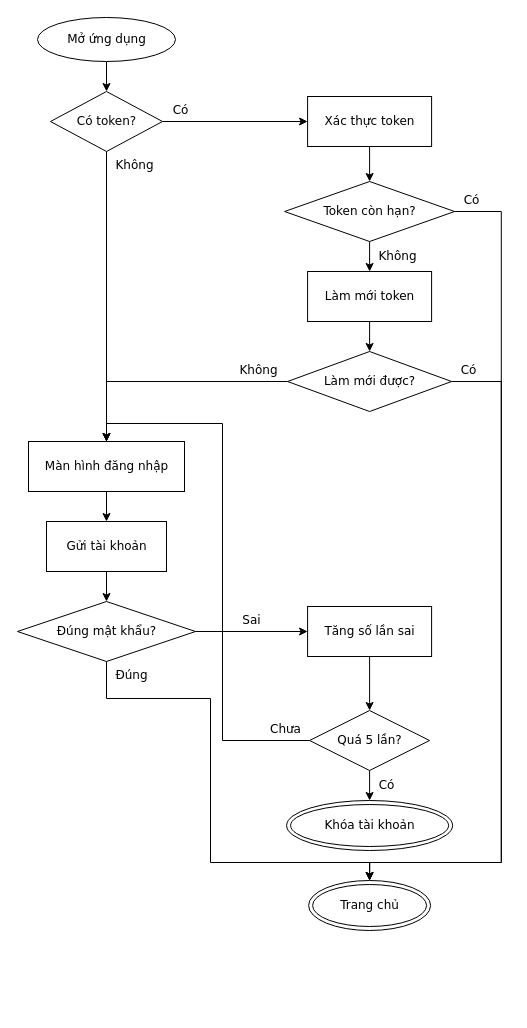
The draw.io diagram conformance/golden/mermaid/02-dang-nhap.drawio in luytbq/flowcast, before the edit. Source tidied: cells renumbered, new cells numbered last; positions are measured from the earlier drawing's top-left corner, leaving out a move shared by most shapes. Both pictures are drawn from the tidied source at 100%, with x=0, y=0 at pixel (17, 17).
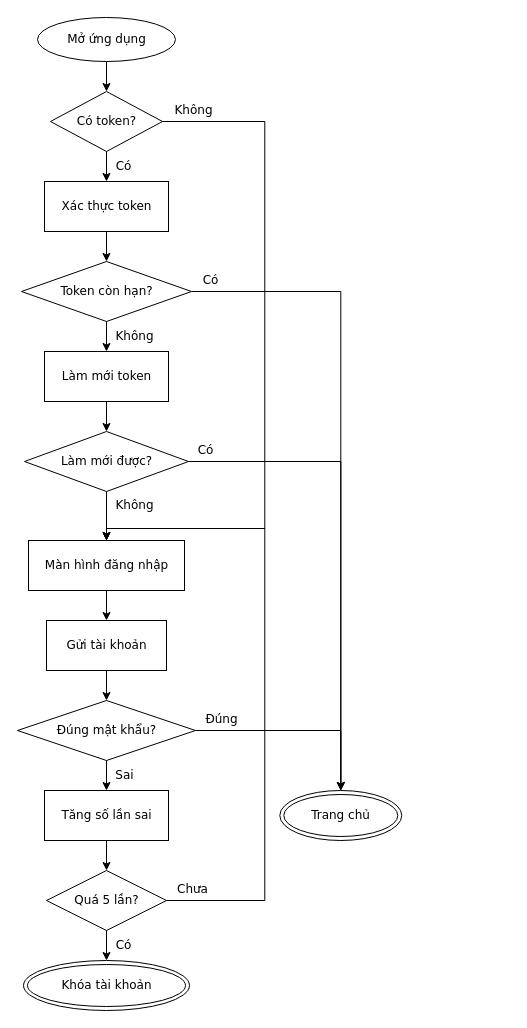
Above is the later version.

Unchanged cells that the change refers to:
```xml
<mxCell id="3" value="Có token?" style="rhombus;html=1;fontFamily=Verdana;fontSize=12;flowtable=1;" parent="1" vertex="1">
  <mxGeometry x="33" y="74" width="112" height="60" as="geometry" />
</mxCell>
```

What changed in the source:
```diff
@@
     <mxCell id="4" value="Xác thực token" style="rounded=0;html=1;fontFamily=Verdana;fontSize=12;flowtable=1;" parent="1" vertex="1">
-      <mxGeometry x="290.1" y="79" width="124" height="50" as="geometry" />
+      <mxGeometry x="27" y="164" width="124" height="50" as="geometry" />
     </mxCell>
     <mxCell id="5" value="Token còn hạn?" style="rhombus;html=1;fontFamily=Verdana;fontSize=12;flowtable=1;" parent="1" vertex="1">
-      <mxGeometry x="267.1" y="164" width="170" height="60" as="geometry" />
+      <mxGeometry x="4" y="244" width="170" height="60" as="geometry" />
     </mxCell>
     <mxCell id="6" value="Làm mới token" style="rounded=0;html=1;fontFamily=Verdana;fontSize=12;flowtable=1;" parent="1" vertex="1">
-      <mxGeometry x="290.1" y="254" width="124" height="50" as="geometry" />
+      <mxGeometry x="27" y="334" width="124" height="50" as="geometry" />
     </mxCell>
     <mxCell id="7" value="Làm mới được?" style="rhombus;html=1;fontFamily=Verdana;fontSize=12;flowtable=1;" parent="1" vertex="1">
-      <mxGeometry x="270.1" y="334" width="164" height="60" as="geometry" />
+      <mxGeometry x="7" y="414" width="164" height="60" as="geometry" />
     </mxCell>
     <mxCell id="8" value="Màn hình đăng nhập" style="rounded=0;html=1;fontFamily=Verdana;fontSize=12;flowtable=1;" parent="1" vertex="1">
-      <mxGeometry x="11" y="424" width="156" height="50" as="geometry" />
+      <mxGeometry x="11" y="523" width="156" height="50" as="geometry" />
     </mxCell>
     <mxCell id="9" value="Gửi tài khoản" style="rounded=0;html=1;fontFamily=Verdana;fontSize=12;flowtable=1;" parent="1" vertex="1">
-      <mxGeometry x="29" y="504" width="120" height="50" as="geometry" />
+      <mxGeometry x="29" y="603" width="120" height="50" as="geometry" />
     </mxCell>
     <mxCell id="10" value="Đúng mật khẩu?" style="rhombus;html=1;fontFamily=Verdana;fontSize=12;flowtable=1;" parent="1" vertex="1">
-      <mxGeometry y="584" width="178" height="60" as="geometry" />
+      <mxGeometry y="683" width="178" height="60" as="geometry" />
     </mxCell>
     <mxCell id="11" value="Tăng số lần sai" style="rounded=0;html=1;fontFamily=Verdana;fontSize=12;flowtable=1;" parent="1" vertex="1">
-      <mxGeometry x="290.1" y="589" width="124" height="50" as="geometry" />
+      <mxGeometry x="27" y="773" width="124" height="50" as="geometry" />
     </mxCell>
     <mxCell id="12" value="Quá 5 lần?" style="rhombus;html=1;fontFamily=Verdana;fontSize=12;flowtable=1;" parent="1" vertex="1">
-      <mxGeometry x="292.1" y="693" width="120" height="60" as="geometry" />
+      <mxGeometry x="29" y="853" width="120" height="60" as="geometry" />
     </mxCell>
     <mxCell id="13" value="Khóa tài khoản" style="shape=doubleEllipse;html=1;fontFamily=Verdana;fontSize=12;flowtable=1;" parent="1" vertex="1">
-      <mxGeometry x="269.1" y="783" width="166" height="50" as="geometry" />
+      <mxGeometry x="6" y="943" width="166" height="50" as="geometry" />
     </mxCell>
     <mxCell id="14" value="Trang chủ" style="shape=doubleEllipse;html=1;fontFamily=Verdana;fontSize=12;flowtable=1;" parent="1" vertex="1">
-      <mxGeometry x="291.1" y="863" width="122" height="50" as="geometry" />
+      <mxGeometry x="262.3" y="773" width="122" height="50" as="geometry" />
     </mxCell>
@@
-    <mxCell id="16" value="Có" style="edgeStyle=orthogonalEdgeStyle;rounded=0;jettySize=auto;html=1;labelBackgroundColor=default;exitX=1;exitY=0.5;exitDx=0;exitDy=0;entryX=0;entryY=0.5;entryDx=0;entryDy=0;fontFamily=Verdana;fontSize=12;flowtable=1;" parent="1" edge="1" source="3" target="4">
-      <mxGeometry x="-0.75" relative="1" as="geometry">
-        <mxPoint y="-11.5" as="offset" />
+    <mxCell id="16" value="Có" style="edgeStyle=orthogonalEdgeStyle;rounded=0;jettySize=auto;html=1;labelBackgroundColor=default;exitX=0.5;exitY=1;exitDx=0;exitDy=0;entryX=0.5;entryY=0;entryDx=0;entryDy=0;fontFamily=Verdana;fontSize=12;flowtable=1;" parent="1" edge="1" source="3" target="4">
+      <mxGeometry x="-0.03" relative="1" as="geometry">
+        <mxPoint x="16.8" as="offset" />
       </mxGeometry>
     </mxCell>
-    <mxCell id="17" value="Không" style="edgeStyle=orthogonalEdgeStyle;rounded=0;jettySize=auto;html=1;labelBackgroundColor=default;exitX=0.5;exitY=1;exitDx=0;exitDy=0;entryX=0.5;entryY=0;entryDx=0;entryDy=0;fontFamily=Verdana;fontSize=12;flowtable=1;" parent="1" edge="1" source="3" target="8">
-      <mxGeometry x="-0.9" relative="1" as="geometry">
-        <mxPoint x="28.1" as="offset" />
+    <mxCell id="17" value="Không" style="edgeStyle=orthogonalEdgeStyle;rounded=0;jettySize=auto;html=1;labelBackgroundColor=default;exitX=1;exitY=0.5;exitDx=0;exitDy=0;entryX=0.5;entryY=0;entryDx=0;entryDy=0;fontFamily=Verdana;fontSize=12;flowtable=1;" parent="1" edge="1" source="3" target="8">
+      <mxGeometry x="-0.91" relative="1" as="geometry">
+        <Array as="points">
+          <mxPoint x="247.3" y="104" />
+          <mxPoint x="247.3" y="511" />
+          <mxPoint x="89" y="511" />
+        </Array>
+        <mxPoint y="-11.5" as="offset" />
       </mxGeometry>
     </mxCell>
@@
     <mxCell id="19" value="Có" style="edgeStyle=orthogonalEdgeStyle;rounded=0;jettySize=auto;html=1;labelBackgroundColor=default;exitX=1;exitY=0.5;exitDx=0;exitDy=0;entryX=0.5;entryY=0;entryDx=0;entryDy=0;fontFamily=Verdana;fontSize=12;flowtable=1;" parent="1" edge="1" source="5" target="14">
-      <mxGeometry x="-0.96" relative="1" as="geometry">
+      <mxGeometry x="-0.94" relative="1" as="geometry">
         <Array as="points">
-          <mxPoint x="483.8" y="194" />
-          <mxPoint x="483.8" y="845" />
-          <mxPoint x="352.1" y="845" />
+          <mxPoint x="323.3" y="274" />
         </Array>
         <mxPoint y="-11.5" as="offset" />
       </mxGeometry>
     </mxCell>
@@
     <mxCell id="22" value="Có" style="edgeStyle=orthogonalEdgeStyle;rounded=0;jettySize=auto;html=1;labelBackgroundColor=default;exitX=1;exitY=0.5;exitDx=0;exitDy=0;entryX=0.5;entryY=0;entryDx=0;entryDy=0;fontFamily=Verdana;fontSize=12;flowtable=1;" parent="1" edge="1" source="7" target="14">
-      <mxGeometry x="-0.95" relative="1" as="geometry">
+      <mxGeometry x="-0.93" relative="1" as="geometry">
         <Array as="points">
-          <mxPoint x="483.8" y="364" />
-          <mxPoint x="483.8" y="845" />
-          <mxPoint x="352.1" y="845" />
+          <mxPoint x="323.3" y="444" />
         </Array>
         <mxPoint y="-11.5" as="offset" />
       </mxGeometry>
     </mxCell>
-    <mxCell id="23" value="Không" style="edgeStyle=orthogonalEdgeStyle;rounded=0;jettySize=auto;html=1;labelBackgroundColor=default;exitX=0;exitY=0.5;exitDx=0;exitDy=0;entryX=0.5;entryY=0;entryDx=0;entryDy=0;fontFamily=Verdana;fontSize=12;flowtable=1;" parent="1" edge="1" source="7" target="8">
-      <mxGeometry x="-0.76" relative="1" as="geometry">
-        <Array as="points">
-          <mxPoint x="89" y="364" />
-        </Array>
-        <mxPoint y="-11.5" as="offset" />
+    <mxCell id="23" value="Không" style="edgeStyle=orthogonalEdgeStyle;rounded=0;jettySize=auto;html=1;labelBackgroundColor=default;exitX=0.5;exitY=1;exitDx=0;exitDy=0;entryX=0.5;entryY=0;entryDx=0;entryDy=0;fontFamily=Verdana;fontSize=12;flowtable=1;" parent="1" edge="1" source="7" target="8">
+      <mxGeometry x="-0.41" relative="1" as="geometry">
+        <mxPoint x="28.1" as="offset" />
       </mxGeometry>
     </mxCell>
@@
-    <mxCell id="26" value="Sai" style="edgeStyle=orthogonalEdgeStyle;rounded=0;jettySize=auto;html=1;labelBackgroundColor=default;exitX=1;exitY=0.5;exitDx=0;exitDy=0;entryX=0;entryY=0.5;entryDx=0;entryDy=0;fontFamily=Verdana;fontSize=12;flowtable=1;" parent="1" edge="1" source="10" target="11">
-      <mxGeometry relative="1" as="geometry">
-        <mxPoint y="-11.5" as="offset" />
+    <mxCell id="26" value="Sai" style="edgeStyle=orthogonalEdgeStyle;rounded=0;jettySize=auto;html=1;labelBackgroundColor=default;exitX=0.5;exitY=1;exitDx=0;exitDy=0;entryX=0.5;entryY=0;entryDx=0;entryDy=0;fontFamily=Verdana;fontSize=12;flowtable=1;" parent="1" edge="1" source="10" target="11">
+      <mxGeometry x="-0.03" relative="1" as="geometry">
+        <mxPoint x="18.4" as="offset" />
       </mxGeometry>
     </mxCell>
-    <mxCell id="27" value="Đúng" style="edgeStyle=orthogonalEdgeStyle;rounded=0;jettySize=auto;html=1;labelBackgroundColor=default;exitX=0.5;exitY=1;exitDx=0;exitDy=0;entryX=0.5;entryY=0;entryDx=0;entryDy=0;fontFamily=Verdana;fontSize=12;flowtable=1;" parent="1" edge="1" source="10" target="14">
-      <mxGeometry x="-0.94" relative="1" as="geometry">
+    <mxCell id="27" value="Đúng" style="edgeStyle=orthogonalEdgeStyle;rounded=0;jettySize=auto;html=1;labelBackgroundColor=default;exitX=1;exitY=0.5;exitDx=0;exitDy=0;entryX=0.5;entryY=0;entryDx=0;entryDy=0;fontFamily=Verdana;fontSize=12;flowtable=1;" parent="1" edge="1" source="10" target="14">
+      <mxGeometry x="-0.75" relative="1" as="geometry">
         <Array as="points">
-          <mxPoint x="89" y="681" />
-          <mxPoint x="193" y="681" />
-          <mxPoint x="193" y="845" />
-          <mxPoint x="352.1" y="845" />
+          <mxPoint x="323.3" y="713" />
         </Array>
-        <mxPoint x="25" as="offset" />
+        <mxPoint y="-11.5" as="offset" />
       </mxGeometry>
     </mxCell>
@@
-    <mxCell id="30" value="Chưa" style="edgeStyle=orthogonalEdgeStyle;rounded=0;jettySize=auto;html=1;labelBackgroundColor=default;exitX=0;exitY=0.5;exitDx=0;exitDy=0;entryX=0.5;entryY=0;entryDx=0;entryDy=0;fontFamily=Verdana;fontSize=12;flowtable=1;" parent="1" edge="1" source="12" target="8">
-      <mxGeometry x="-0.91" relative="1" as="geometry">
+    <mxCell id="30" value="Chưa" style="edgeStyle=orthogonalEdgeStyle;rounded=0;jettySize=auto;html=1;labelBackgroundColor=default;exitX=1;exitY=0.5;exitDx=0;exitDy=0;entryX=0.5;entryY=0;entryDx=0;entryDy=0;fontFamily=Verdana;fontSize=12;flowtable=1;" parent="1" edge="1" source="12" target="8">
+      <mxGeometry x="-0.92" relative="1" as="geometry">
         <Array as="points">
-          <mxPoint x="205" y="723" />
-          <mxPoint x="205" y="406" />
-          <mxPoint x="89" y="406" />
+          <mxPoint x="247.3" y="883" />
+          <mxPoint x="247.3" y="511" />
+          <mxPoint x="89" y="511" />
         </Array>
         <mxPoint y="-11.5" as="offset" />
       </mxGeometry>
     </mxCell>
```
